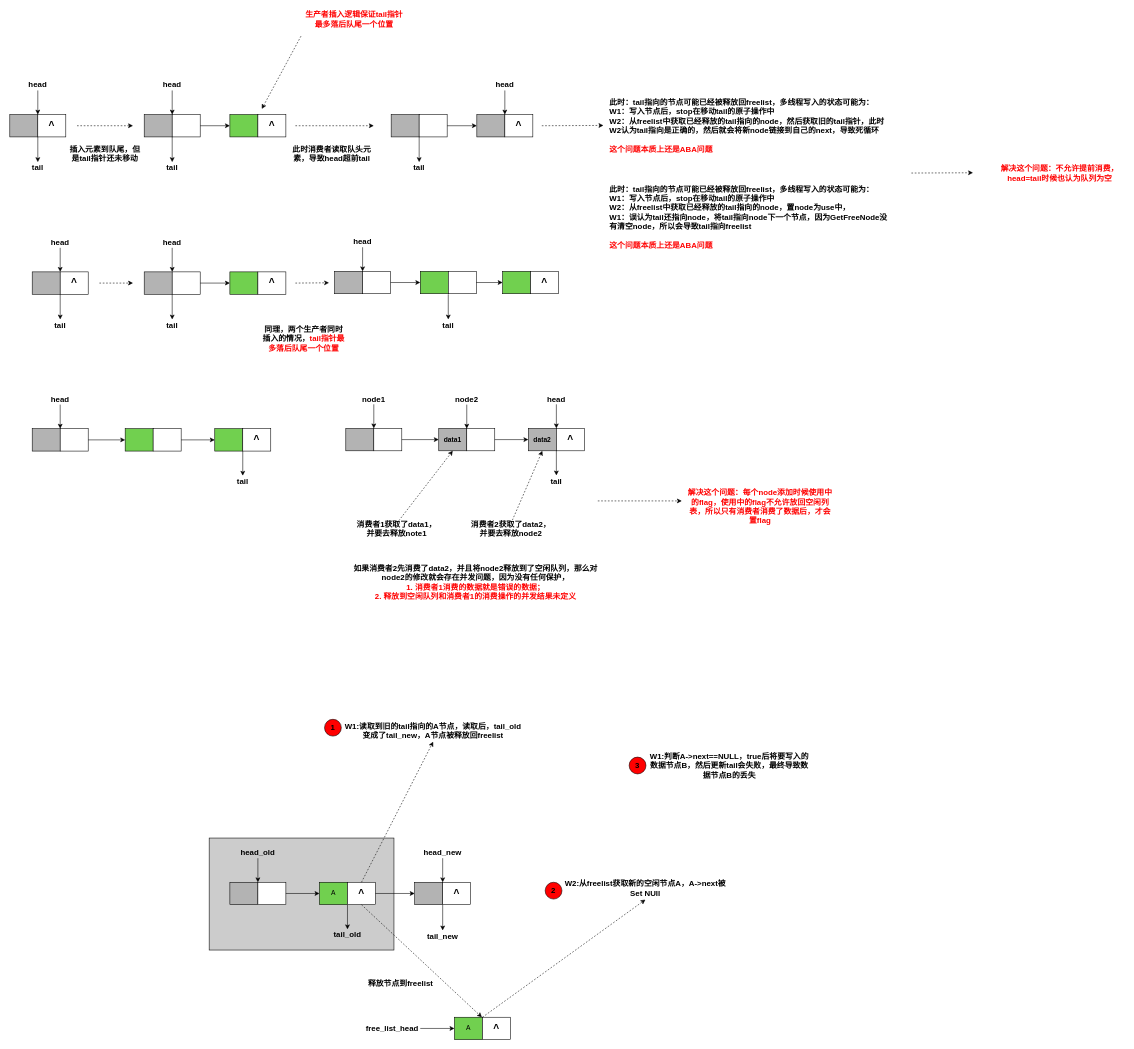
Before: shm_queue_lf.drawio in walkerdu/draw_io, a draw.io diagram. Source tidied: cells renumbered, new cells numbered last; positions are measured from the earlier drawing's top-left corner, leaving out a move shared by most shapes. Both pictures are drawn from the tidied source at 56%, with x=0, y=0 at pixel (10, 13).
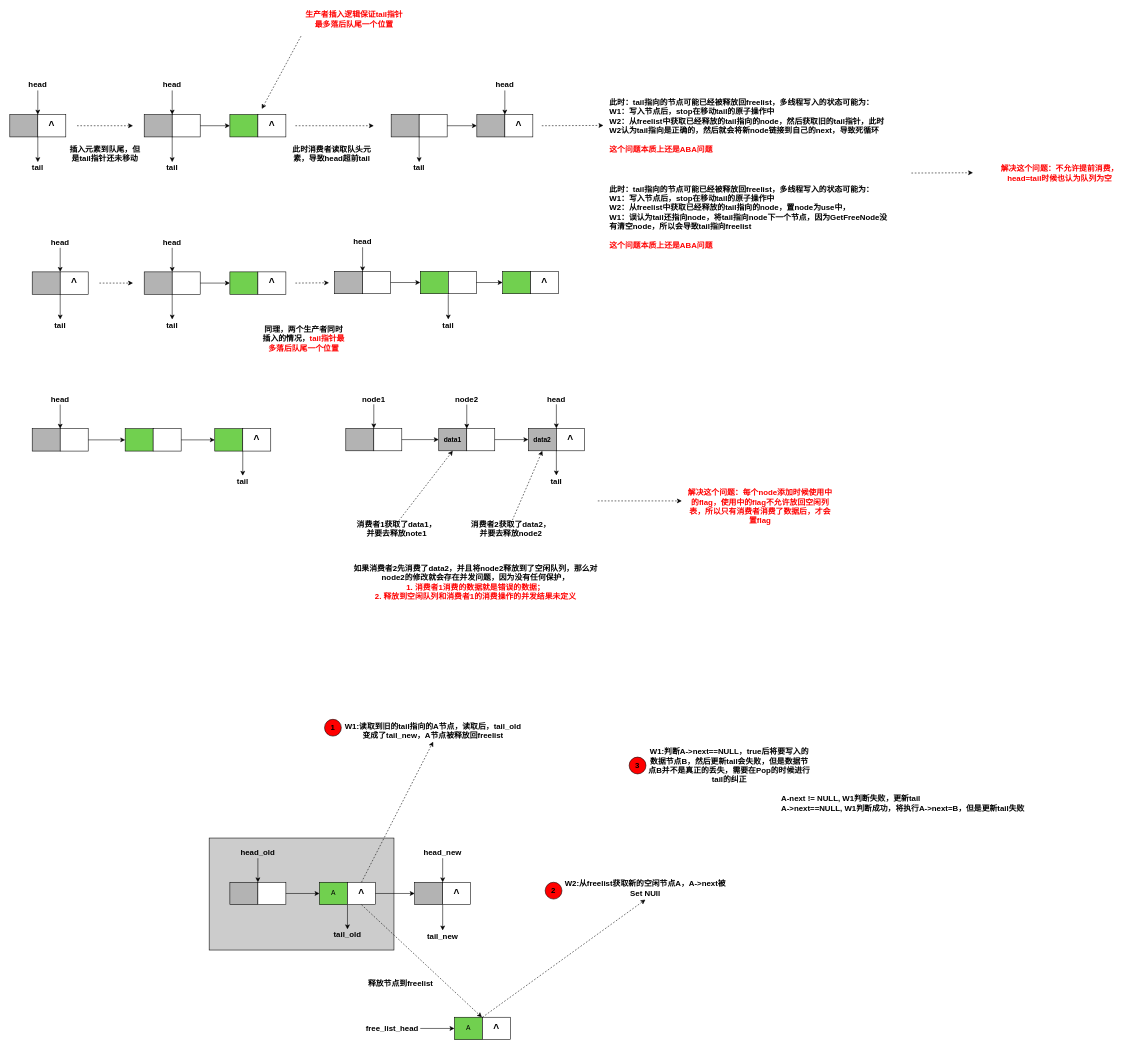
The same diagram, later.

Change to the diagram source:
```diff
@@
-    <mxCell id="151" value="&lt;span style=&quot;font-size: 14px&quot;&gt;&lt;b&gt;W1:判断A-&amp;gt;next==NULL，true后将要写入的数据节点B，然后更新tail会失败，最终导致数据节点B的丢失&lt;/b&gt;&lt;/span&gt;" style="text;html=1;strokeColor=none;fillColor=none;align=center;verticalAlign=middle;whiteSpace=wrap;rounded=0;" parent="1" vertex="1">
+    <mxCell id="151" value="&lt;span style=&quot;font-size: 14px&quot;&gt;&lt;b&gt;W1:判断A-&amp;gt;next==NULL，true后将要写入的数据节点B，然后更新tail会失败，但是数据节点B并不是真正的丢失，需要在Pop的时候进行tail的纠正&lt;/b&gt;&lt;/span&gt;" style="text;html=1;strokeColor=none;fillColor=none;align=center;verticalAlign=middle;whiteSpace=wrap;rounded=0;" parent="1" vertex="1">
       <mxGeometry x="1136" y="1303" width="298" height="79" as="geometry" />
     </mxCell>
@@
+    <mxCell id="155" value="&lt;div style=&quot;text-align: left&quot;&gt;&lt;b style=&quot;font-size: 14px&quot;&gt;A-next != NULL, W1判断失败，更新tail&lt;/b&gt;&lt;/div&gt;&lt;span style=&quot;font-size: 14px&quot;&gt;&lt;div style=&quot;text-align: left&quot;&gt;&lt;b&gt;A-&amp;gt;next==NULL, W1判断成功，将执行A-&amp;gt;next=B，但是更新tail失败&lt;/b&gt;&lt;/div&gt;&lt;/span&gt;" style="text;html=1;strokeColor=none;fillColor=none;align=center;verticalAlign=middle;whiteSpace=wrap;rounded=0;" parent="1" vertex="1">
+      <mxGeometry x="1330" y="1370" width="530" height="79" as="geometry" />
+    </mxCell>
```
